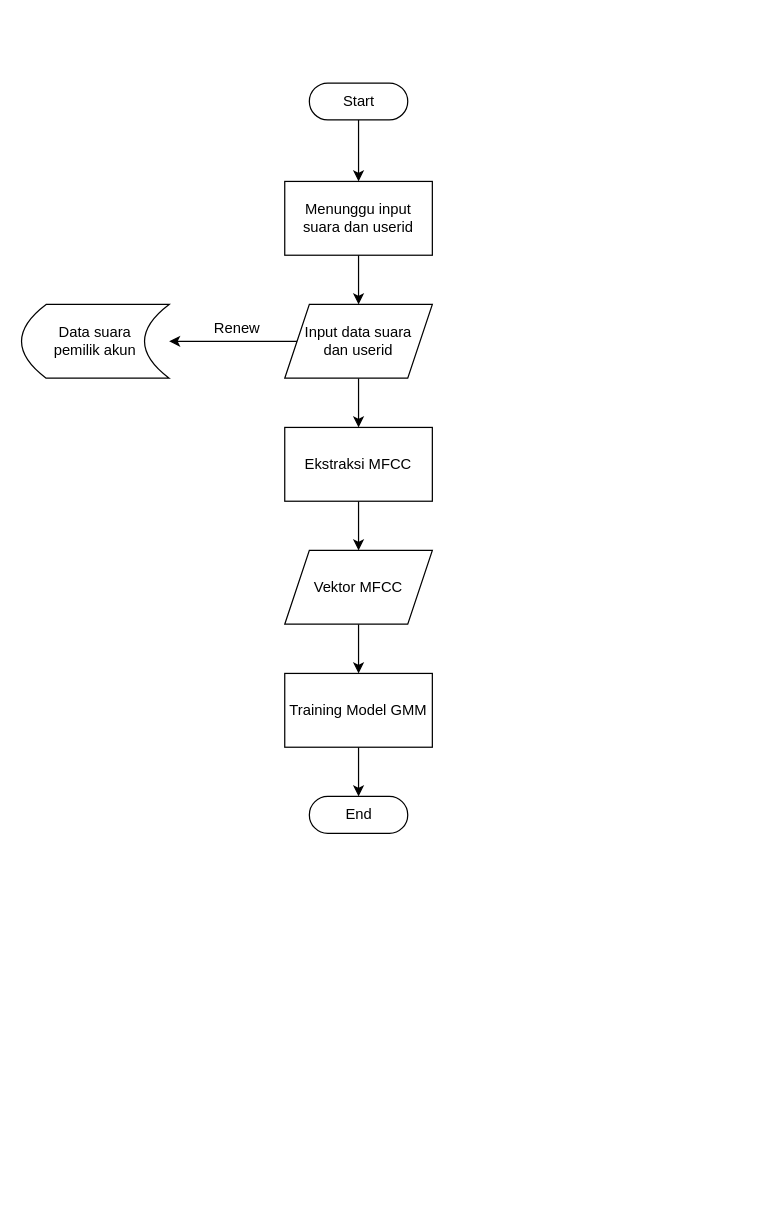
This is API GMM.drawio from karageee/Login-system-and-gmm-voice-auth, a draw.io file, before an edit. Source tidied: cells renumbered, new cells numbered last; positions are measured from the earlier drawing's top-left corner, leaving out a move shared by most shapes. Both pictures are drawn from the tidied source at 123%, with x=0, y=0 at pixel (21, 82).
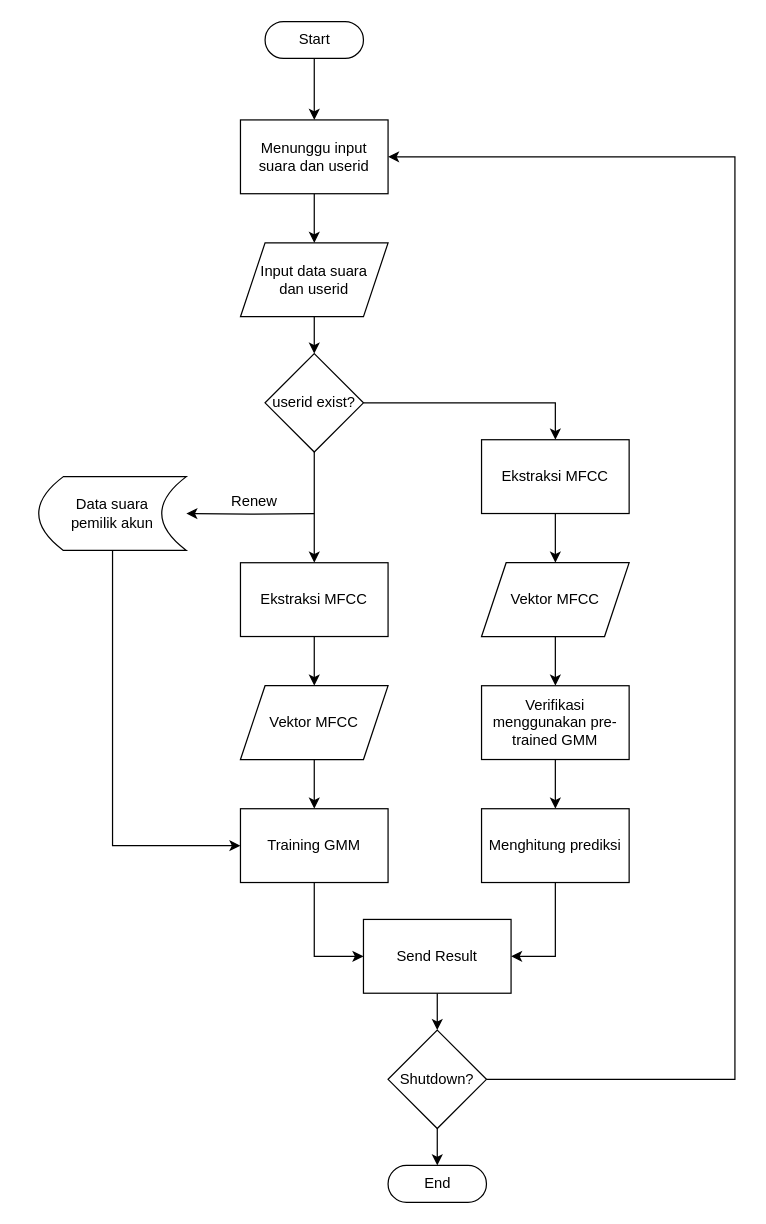
Above is the later version.

Change to the diagram source:
```diff
@@
     <mxCell id="3" value="Start" style="html=1;dashed=0;whitespace=wrap;shape=mxgraph.dfd.start;" parent="1" vertex="1">
-      <mxGeometry x="234" width="80" height="30" as="geometry" />
+      <mxGeometry x="198" y="-50" width="80" height="30" as="geometry" />
     </mxCell>
@@
     <mxCell id="5" value="Menunggu input suara dan userid" style="rounded=0;whiteSpace=wrap;html=1;" parent="1" vertex="1">
-      <mxGeometry x="214" y="80" width="120" height="60" as="geometry" />
+      <mxGeometry x="178" y="30" width="120" height="60" as="geometry" />
     </mxCell>
-    <mxCell id="6" style="edgeStyle=orthogonalEdgeStyle;rounded=0;jettySize=auto;html=1;entryX=0.5;entryY=0;entryDx=0;entryDy=0;" parent="1" edge="1" source="8" target="10">
-      <mxGeometry relative="1" as="geometry" />
-    </mxCell>
-    <mxCell id="7" style="edgeStyle=orthogonalEdgeStyle;rounded=0;jettySize=auto;html=1;entryX=1;entryY=0.5;entryDx=0;entryDy=0;" parent="1" edge="1" source="8" target="11">
-      <mxGeometry relative="1" as="geometry" />
+    <mxCell id="7" style="edgeStyle=orthogonalEdgeStyle;rounded=0;jettySize=auto;html=1;entryX=1;entryY=0.5;entryDx=0;entryDy=0;" parent="1" edge="1" target="11">
+      <mxGeometry relative="1" as="geometry">
+        <mxPoint x="238" y="350" as="sourcePoint" />
+      </mxGeometry>
     </mxCell>
+    <mxCell id="18" style="edgeStyle=orthogonalEdgeStyle;rounded=0;jettySize=auto;html=1;entryX=0.5;entryY=0;entryDx=0;entryDy=0;" parent="1" edge="1" source="8" target="23">
+      <mxGeometry relative="1" as="geometry" />
+    </mxCell>
     <mxCell id="8" value="Input data suara&lt;br&gt;dan userid" style="shape=parallelogram;perimeter=parallelogramPerimeter;whiteSpace=wrap;html=1;fixedSize=1;" parent="1" vertex="1">
-      <mxGeometry x="214" y="180" width="120" height="60" as="geometry" />
+      <mxGeometry x="178" y="130" width="120" height="60" as="geometry" />
     </mxCell>
@@
     <mxCell id="10" value="Ekstraksi MFCC" style="rounded=0;whiteSpace=wrap;html=1;" parent="1" vertex="1">
-      <mxGeometry x="214" y="280" width="120" height="60" as="geometry" />
+      <mxGeometry x="178" y="390" width="120" height="60" as="geometry" />
     </mxCell>
+    <mxCell id="19" style="edgeStyle=orthogonalEdgeStyle;rounded=0;jettySize=auto;html=1;entryX=0;entryY=0.5;entryDx=0;entryDy=0;" parent="1" edge="1" source="11" target="16">
+      <mxGeometry relative="1" as="geometry">
+        <Array as="points">
+          <mxPoint x="74" y="620" />
+        </Array>
+      </mxGeometry>
+    </mxCell>
     <mxCell id="11" value="Data suara &lt;br&gt;pemilik akun" style="shape=dataStorage;whiteSpace=wrap;html=1;fixedSize=1;" parent="1" vertex="1">
-      <mxGeometry y="180" width="120" height="60" as="geometry" />
+      <mxGeometry x="14" y="320" width="120" height="60" as="geometry" />
     </mxCell>
     <mxCell id="12" value="Renew" style="text;html=1;align=center;verticalAlign=middle;" parent="1" vertex="1">
-      <mxGeometry x="150" y="190" width="50" height="20" as="geometry" />
+      <mxGeometry x="164" y="330" width="50" height="20" as="geometry" />
     </mxCell>
@@
     <mxCell id="14" value="Vektor MFCC" style="shape=parallelogram;perimeter=parallelogramPerimeter;whiteSpace=wrap;html=1;fixedSize=1;" parent="1" vertex="1">
-      <mxGeometry x="214" y="380" width="120" height="60" as="geometry" />
+      <mxGeometry x="178" y="490" width="120" height="60" as="geometry" />
     </mxCell>
-    <mxCell id="15" style="edgeStyle=orthogonalEdgeStyle;rounded=0;jettySize=auto;html=1;entryX=0.5;entryY=0;entryDx=0;entryDy=0;" parent="1" edge="1" source="16">
-      <mxGeometry relative="1" as="geometry">
-        <mxPoint x="274" y="580" as="targetPoint" />
-      </mxGeometry>
-    </mxCell>
+    <mxCell id="20" style="edgeStyle=orthogonalEdgeStyle;rounded=0;jettySize=auto;html=1;entryX=0;entryY=0.5;entryDx=0;entryDy=0;" parent="1" edge="1" source="16" target="33">
+      <mxGeometry relative="1" as="geometry" />
+    </mxCell>
-    <mxCell id="16" value="Training Model GMM" style="rounded=0;whiteSpace=wrap;html=1;" parent="1" vertex="1">
-      <mxGeometry x="214" y="480" width="120" height="60" as="geometry" />
+    <mxCell id="16" value="Training GMM" style="rounded=0;whiteSpace=wrap;html=1;" parent="1" vertex="1">
+      <mxGeometry x="178" y="590" width="120" height="60" as="geometry" />
     </mxCell>
+    <mxCell id="21" style="edgeStyle=orthogonalEdgeStyle;rounded=0;jettySize=auto;html=1;entryX=0.5;entryY=0;entryDx=0;entryDy=0;" parent="1" edge="1" source="23" target="10">
+      <mxGeometry relative="1" as="geometry" />
+    </mxCell>
+    <mxCell id="22" style="edgeStyle=orthogonalEdgeStyle;rounded=0;jettySize=auto;html=1;entryX=0.5;entryY=0;entryDx=0;entryDy=0;" parent="1" edge="1" source="23" target="25">
+      <mxGeometry relative="1" as="geometry" />
+    </mxCell>
+    <mxCell id="23" value="userid exist?" style="rhombus;whiteSpace=wrap;html=1;" parent="1" vertex="1">
+      <mxGeometry x="198" y="220" width="80" height="80" as="geometry" />
+    </mxCell>
+    <mxCell id="24" style="edgeStyle=orthogonalEdgeStyle;rounded=0;jettySize=auto;html=1;entryX=0.5;entryY=0;entryDx=0;entryDy=0;" parent="1" edge="1" source="25" target="27">
+      <mxGeometry relative="1" as="geometry" />
+    </mxCell>
+    <mxCell id="25" value="Ekstraksi MFCC" style="rounded=0;whiteSpace=wrap;html=1;" parent="1" vertex="1">
+      <mxGeometry x="374" y="290" width="120" height="60" as="geometry" />
+    </mxCell>
+    <mxCell id="26" style="edgeStyle=orthogonalEdgeStyle;rounded=0;jettySize=auto;html=1;entryX=0.5;entryY=0;entryDx=0;entryDy=0;" parent="1" edge="1" source="27" target="29">
+      <mxGeometry relative="1" as="geometry" />
+    </mxCell>
+    <mxCell id="27" value="Vektor MFCC" style="shape=parallelogram;perimeter=parallelogramPerimeter;whiteSpace=wrap;html=1;fixedSize=1;" parent="1" vertex="1">
+      <mxGeometry x="374" y="390" width="120" height="60" as="geometry" />
+    </mxCell>
+    <mxCell id="28" style="edgeStyle=orthogonalEdgeStyle;rounded=0;jettySize=auto;html=1;entryX=0.5;entryY=0;entryDx=0;entryDy=0;" parent="1" edge="1" source="29" target="31">
+      <mxGeometry relative="1" as="geometry" />
+    </mxCell>
+    <mxCell id="29" value="Verifikasi menggunakan pre-trained GMM" style="rounded=0;whiteSpace=wrap;html=1;" parent="1" vertex="1">
+      <mxGeometry x="374" y="490" width="120" height="60" as="geometry" />
+    </mxCell>
+    <mxCell id="30" style="edgeStyle=orthogonalEdgeStyle;rounded=0;jettySize=auto;html=1;entryX=1;entryY=0.5;entryDx=0;entryDy=0;" parent="1" edge="1" source="31" target="33">
+      <mxGeometry relative="1" as="geometry" />
+    </mxCell>
+    <mxCell id="31" value="Menghitung prediksi" style="rounded=0;whiteSpace=wrap;html=1;" parent="1" vertex="1">
+      <mxGeometry x="374" y="590" width="120" height="60" as="geometry" />
+    </mxCell>
+    <mxCell id="32" style="edgeStyle=orthogonalEdgeStyle;rounded=0;jettySize=auto;html=1;entryX=0.5;entryY=0;entryDx=0;entryDy=0;" parent="1" edge="1" source="33" target="36">
+      <mxGeometry relative="1" as="geometry" />
+    </mxCell>
+    <mxCell id="33" value="Send Result" style="rounded=0;whiteSpace=wrap;html=1;" parent="1" vertex="1">
+      <mxGeometry x="278" y="680" width="120" height="60" as="geometry" />
+    </mxCell>
+    <mxCell id="34" style="edgeStyle=orthogonalEdgeStyle;rounded=0;jettySize=auto;html=1;entryX=0.5;entryY=0.5;entryDx=0;entryDy=-15;entryPerimeter=0;" parent="1" edge="1" source="36" target="17">
+      <mxGeometry relative="1" as="geometry" />
+    </mxCell>
+    <mxCell id="35" style="edgeStyle=orthogonalEdgeStyle;rounded=0;jettySize=auto;html=1;entryX=1;entryY=0.5;entryDx=0;entryDy=0;" parent="1" edge="1" source="36" target="5">
+      <mxGeometry relative="1" as="geometry">
+        <Array as="points">
+          <mxPoint x="580" y="810" />
+          <mxPoint x="580" y="60" />
+        </Array>
+      </mxGeometry>
+    </mxCell>
+    <mxCell id="36" value="Shutdown?" style="rhombus;whiteSpace=wrap;html=1;" parent="1" vertex="1">
+      <mxGeometry x="298" y="770" width="80" height="80" as="geometry" />
+    </mxCell>
     <mxCell id="17" value="End" style="html=1;dashed=0;whitespace=wrap;shape=mxgraph.dfd.start;" parent="1" vertex="1">
-      <mxGeometry x="234" y="580" width="80" height="30" as="geometry" />
+      <mxGeometry x="298" y="880" width="80" height="30" as="geometry" />
     </mxCell>
```
